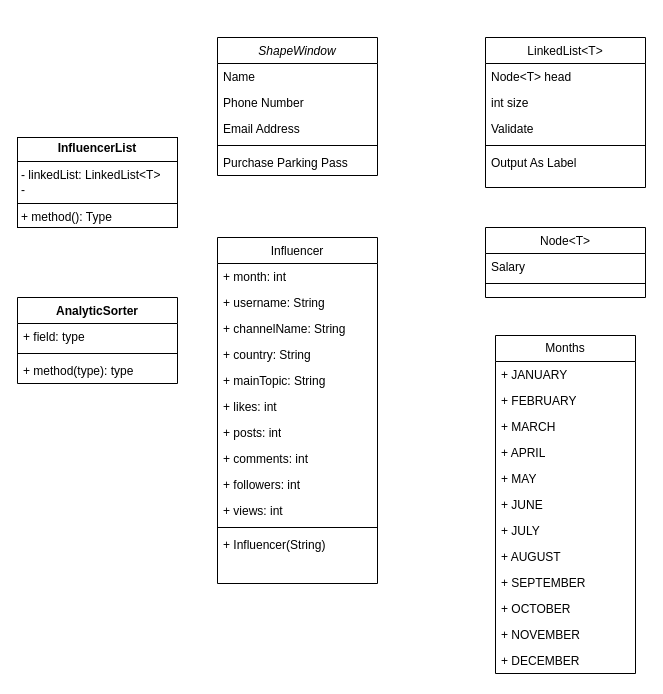
The draw.io diagram Project5_UML.drawio in joshuap00/Prj5_UML, before the edit. Source tidied: cells renumbered, new cells numbered last; positions are measured from the earlier drawing's top-left corner, leaving out a move shared by most shapes. Both pictures are drawn from the tidied source at 100%, with x=0, y=0 at pixel (17, 37).
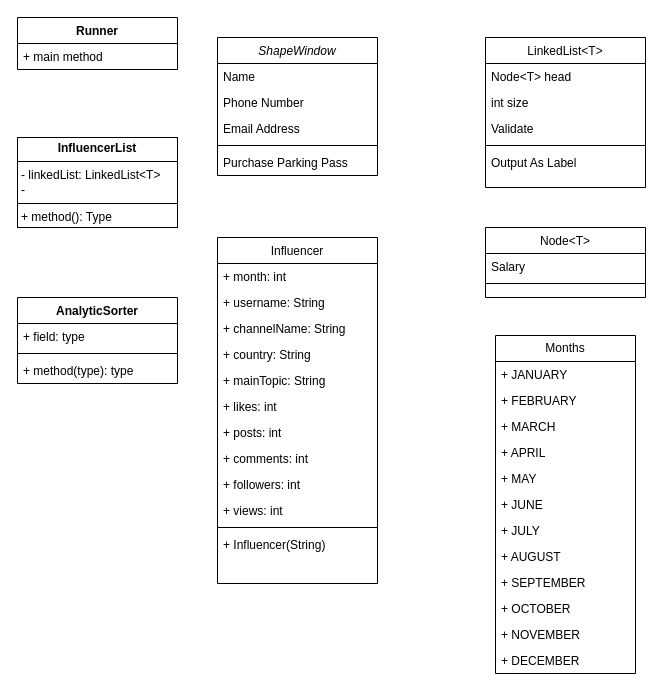
Above is the later version.

The edit, as a diff of the source:
```diff
@@
+    <mxCell id="48" value="Runner" style="swimlane;fontStyle=1;align=center;verticalAlign=top;horizontal=1;startSize=26;whiteSpace=wrap;html=1;" parent="1" vertex="1">
+      <mxGeometry y="-20" width="160" height="52" as="geometry" />
+    </mxCell>
+    <mxCell id="49" value="+ main method" style="text;strokeColor=none;fillColor=none;align=left;verticalAlign=top;spacingLeft=4;spacingRight=4;overflow=hidden;whiteSpace=wrap;html=1;" parent="48" vertex="1">
+      <mxGeometry y="26" width="160" height="26" as="geometry" />
+    </mxCell>
```
